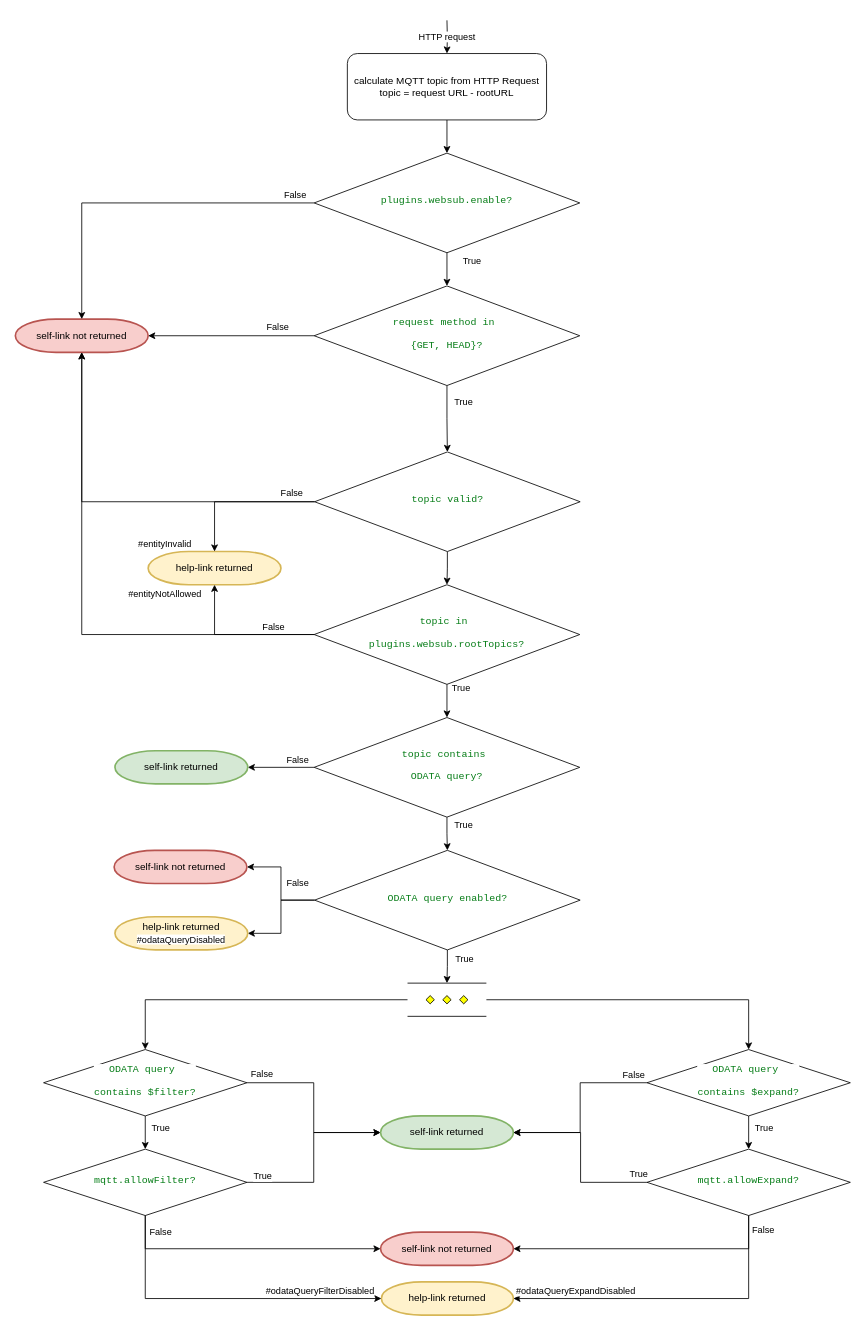
This is Logic.drawio from securedimensions/FROST-Server-WebSub, a draw.io file, before an edit. Source tidied: cells renumbered, new cells numbered last; positions are measured from the earlier drawing's top-left corner, leaving out a move shared by most shapes. Both pictures are drawn from the tidied source at 83%, with x=0, y=0 at pixel (15, 20).
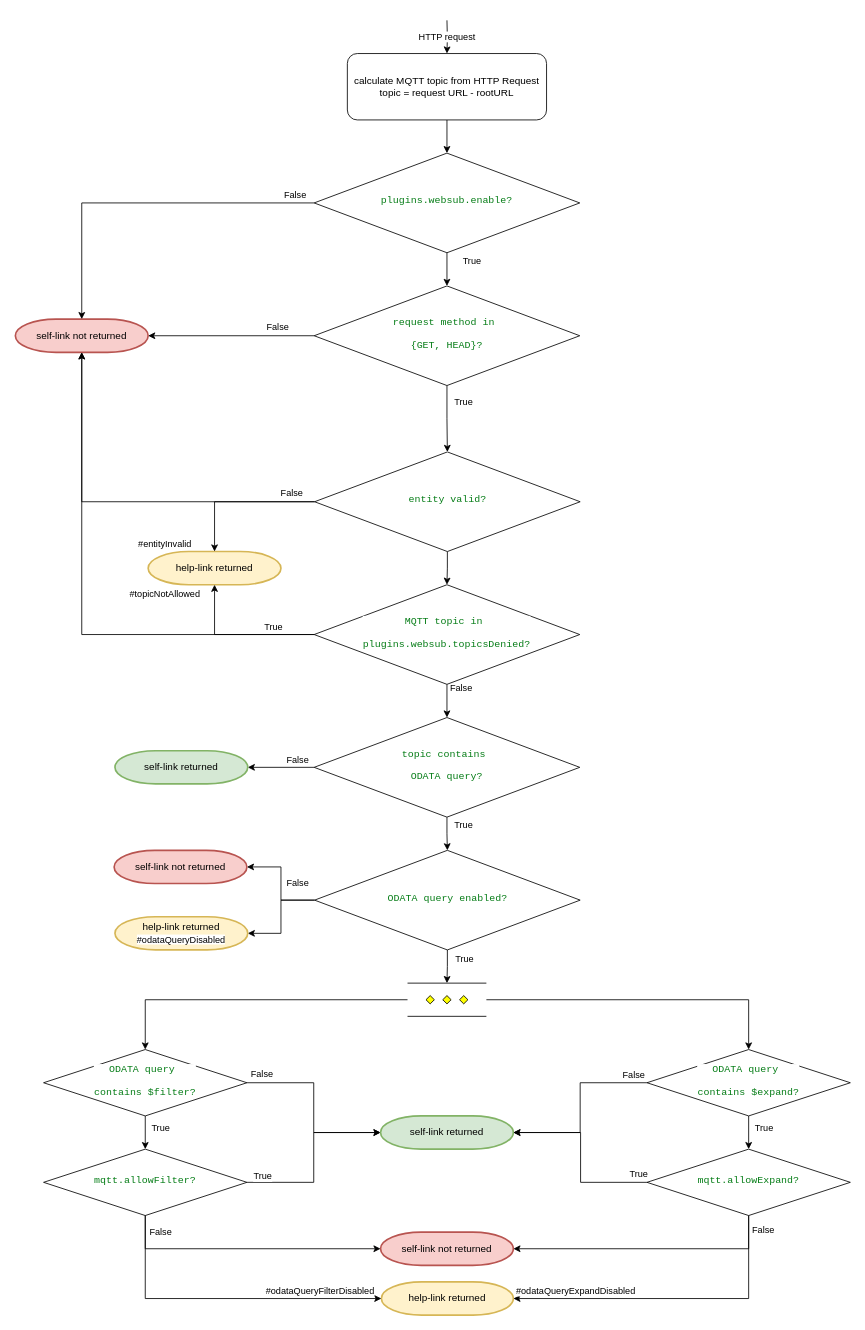
The same diagram, later.

Commit message (it also covers changes not shown here):
documentation updated to meet latest STA-WebSub draft

The change refers to these unchanged cells:
```xml
<mxCell id="9" value="&lt;div style=&quot;background-color:#ffffff;color:#080808;font-family:'JetBrains Mono',monospace;font-size:9,8pt;&quot;&gt;&lt;pre&gt;&lt;span style=&quot;color:#067d17;&quot;&gt;topic contains &lt;/span&gt;&lt;/pre&gt;&lt;pre&gt;&lt;span style=&quot;color:#067d17;&quot;&gt;ODATA query?&lt;/span&gt;&lt;/pre&gt;&lt;/div&gt;" style="rhombus;whiteSpace=wrap;html=1;shadow=0;fontFamily=Helvetica;fontSize=12;align=center;strokeWidth=1;spacing=6;spacingTop=-4;" parent="1" vertex="1">
  <mxGeometry x="360" y="840" width="320" height="120" as="geometry" />
</mxCell>
<mxCell id="42" style="edgeStyle=orthogonalEdgeStyle;rounded=0;jettySize=auto;html=1;entryX=0.5;entryY=1;entryDx=0;entryDy=0;entryPerimeter=0;" parent="1" edge="1" source="3" target="34">
  <mxGeometry relative="1" as="geometry" />
</mxCell>
<mxCell id="44" value="help-link returned" style="strokeWidth=2;html=1;shape=mxgraph.flowchart.terminator;whiteSpace=wrap;fillColor=#fff2cc;strokeColor=#d6b656;" parent="1" vertex="1">
  <mxGeometry x="160" y="640" width="160" height="40" as="geometry" />
</mxCell>
```

What changed in the source:
```diff
@@
-    <mxCell id="2" value="True" style="edgeStyle=orthogonalEdgeStyle;rounded=0;jettySize=auto;html=1;exitX=0.5;exitY=1;exitDx=0;exitDy=0;entryX=0.5;entryY=0;entryDx=0;entryDy=0;" parent="1" edge="1" source="3" target="9">
+    <mxCell id="2" value="False" style="edgeStyle=orthogonalEdgeStyle;rounded=0;jettySize=auto;html=1;exitX=0.5;exitY=1;exitDx=0;exitDy=0;entryX=0.5;entryY=0;entryDx=0;entryDy=0;" parent="1" edge="1" source="3" target="9">
       <mxGeometry x="-0.75" y="18" relative="1" as="geometry">
         <mxPoint x="-1" y="-1" as="offset" />
       </mxGeometry>
     </mxCell>
-    <mxCell id="3" value="&lt;div style=&quot;background-color:#ffffff;color:#080808;font-family:'JetBrains Mono',monospace;font-size:9,8pt;&quot;&gt;&lt;pre&gt;&lt;span style=&quot;color:#067d17;&quot;&gt;topic in &lt;/span&gt;&lt;/pre&gt;&lt;pre&gt;&lt;span style=&quot;color:#067d17;&quot;&gt;plugins.websub.rootTopics?&lt;/span&gt;&lt;/pre&gt;&lt;/div&gt;" style="rhombus;whiteSpace=wrap;html=1;shadow=0;fontFamily=Helvetica;fontSize=12;align=center;strokeWidth=1;spacing=6;spacingTop=-4;" parent="1" vertex="1">
+    <mxCell id="3" value="&lt;div style=&quot;background-color: rgb(255, 255, 255); color: rgb(8, 8, 8); font-family: &amp;quot;JetBrains Mono&amp;quot;, monospace;&quot;&gt;&lt;pre&gt;&lt;span style=&quot;color: rgb(6, 125, 23);&quot;&gt;MQTT topic in &lt;/span&gt;&lt;/pre&gt;&lt;pre&gt;&lt;span style=&quot;color: rgb(6, 125, 23);&quot;&gt;plugins.websub.topicsDenied?&lt;/span&gt;&lt;/pre&gt;&lt;/div&gt;" style="rhombus;whiteSpace=wrap;html=1;shadow=0;fontFamily=Helvetica;fontSize=12;align=center;strokeWidth=1;spacing=6;spacingTop=-4;" parent="1" vertex="1">
       <mxGeometry x="360" y="680" width="320" height="120" as="geometry" />
     </mxCell>
@@
-    <mxCell id="43" value="False" style="edgeLabel;html=1;align=center;verticalAlign=middle;" parent="42" vertex="1">
+    <mxCell id="43" value="True" style="edgeLabel;html=1;align=center;verticalAlign=middle;" parent="42" vertex="1">
       <mxGeometry x="-0.84" y="-1" relative="1" as="geometry">
         <mxPoint y="-9" as="offset" />
       </mxGeometry>
     </mxCell>
@@
-    <mxCell id="50" value="&lt;span style=&quot;color: rgb(0, 0, 0); font-family: Helvetica; font-size: 11px; font-style: normal; font-variant-ligatures: normal; font-variant-caps: normal; font-weight: 400; letter-spacing: normal; orphans: 2; text-align: center; text-indent: 0px; text-transform: none; widows: 2; word-spacing: 0px; -webkit-text-stroke-width: 0px; white-space: nowrap; background-color: rgb(255, 255, 255); text-decoration-thickness: initial; text-decoration-style: initial; text-decoration-color: initial; display: inline !important; float: none;&quot;&gt;#entityNotAllowed&lt;/span&gt;" style="edgeStyle=orthogonalEdgeStyle;rounded=0;jettySize=auto;html=1;entryX=0.5;entryY=1;entryDx=0;entryDy=0;entryPerimeter=0;" parent="1" edge="1" source="3" target="44">
+    <mxCell id="50" value="&lt;span style=&quot;color: rgb(0, 0, 0); font-family: Helvetica; font-size: 11px; font-style: normal; font-variant-ligatures: normal; font-variant-caps: normal; font-weight: 400; letter-spacing: normal; orphans: 2; text-align: center; text-indent: 0px; text-transform: none; widows: 2; word-spacing: 0px; -webkit-text-stroke-width: 0px; white-space: nowrap; background-color: rgb(255, 255, 255); text-decoration-thickness: initial; text-decoration-style: initial; text-decoration-color: initial; float: none; display: inline !important;&quot;&gt;#topicNotAllowed&lt;/span&gt;" style="edgeStyle=orthogonalEdgeStyle;rounded=0;jettySize=auto;html=1;entryX=0.5;entryY=1;entryDx=0;entryDy=0;entryPerimeter=0;" parent="1" edge="1" source="3" target="44">
       <mxGeometry x="0.88" y="60" relative="1" as="geometry" />
     </mxCell>
@@
-    <mxCell id="59" value="&lt;div style=&quot;background-color:#ffffff;color:#080808;font-family:'JetBrains Mono',monospace;font-size:9,8pt;&quot;&gt;&lt;pre&gt;&lt;span style=&quot;color:#067d17;&quot;&gt;topic valid?&lt;/span&gt;&lt;/pre&gt;&lt;/div&gt;" style="rhombus;whiteSpace=wrap;html=1;shadow=0;fontFamily=Helvetica;fontSize=12;align=center;strokeWidth=1;spacing=6;spacingTop=-4;" parent="1" vertex="1">
+    <mxCell id="59" value="&lt;div style=&quot;background-color: rgb(255, 255, 255); color: rgb(8, 8, 8); font-family: &amp;quot;JetBrains Mono&amp;quot;, monospace;&quot;&gt;&lt;pre&gt;&lt;span style=&quot;color: rgb(6, 125, 23);&quot;&gt;entity valid?&lt;/span&gt;&lt;/pre&gt;&lt;/div&gt;" style="rhombus;whiteSpace=wrap;html=1;shadow=0;fontFamily=Helvetica;fontSize=12;align=center;strokeWidth=1;spacing=6;spacingTop=-4;" parent="1" vertex="1">
       <mxGeometry x="360.5" y="520" width="320" height="120" as="geometry" />
     </mxCell>
```
